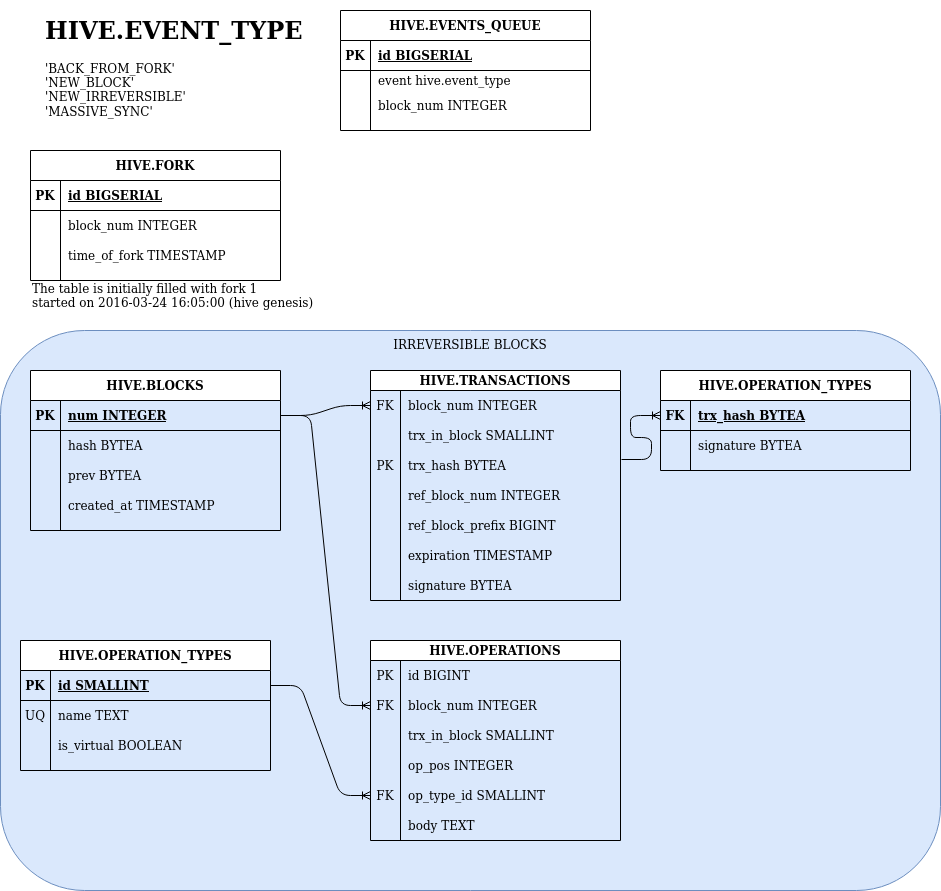
Above: src/hive_fork/doc/evq_fork_db.png in openhive-network/HAfAH (draw.io), before the change. Source tidied: cells renumbered, new cells last; positions are measured from the earlier drawing's top-left corner, leaving out a move shared by most shapes.
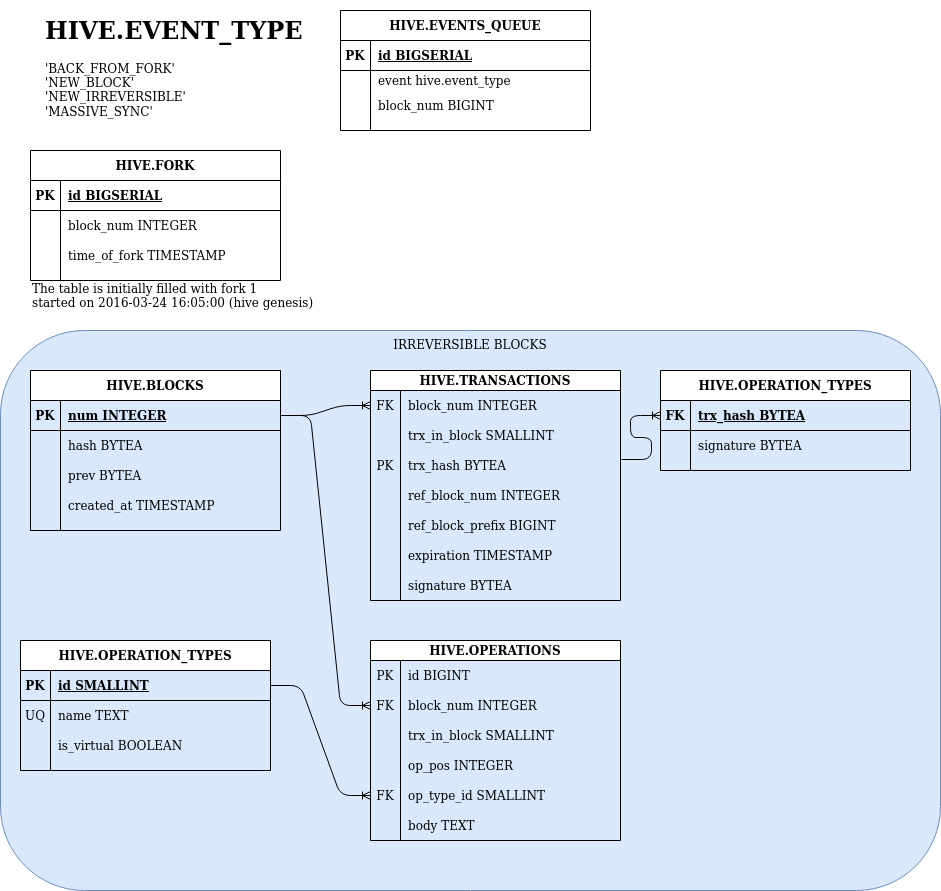
After the commit.

Diff of the diagram source:
```diff
@@ -62,7 +62,7 @@
     <mxCell id="21" style="shape=partialRectangle;overflow=hidden;fillColor=none;top=0;left=0;bottom=0;right=0;" parent="20" vertex="1">
       <mxGeometry width="30" height="30" as="geometry" />
     </mxCell>
-    <mxCell id="22" value="block_num INTEGER" style="shape=partialRectangle;overflow=hidden;fillColor=none;top=0;left=0;bottom=0;right=0;align=left;spacingLeft=6;" parent="20" vertex="1">
+    <mxCell id="22" value="block_num BIGINT" style="shape=partialRectangle;overflow=hidden;fillColor=none;top=0;left=0;bottom=0;right=0;align=left;spacingLeft=6;" parent="20" vertex="1">
       <mxGeometry x="30" width="220" height="30" as="geometry" />
     </mxCell>
     <mxCell id="23" value="&lt;h1&gt;HIVE.EVENT_TYPE&lt;/h1&gt;&lt;div&gt;'BACK_FROM_FORK'&lt;/div&gt;&lt;div&gt; 'NEW_BLOCK'&lt;/div&gt;&lt;div&gt;'NEW_IRREVERSIBLE'&lt;/div&gt;&lt;div&gt;'MASSIVE_SYNC'&lt;/div&gt;" style="text;html=1;strokeColor=none;fillColor=none;spacing=5;spacingTop=-20;whiteSpace=wrap;overflow=hidden;rounded=0;" parent="1" vertex="1">
```
